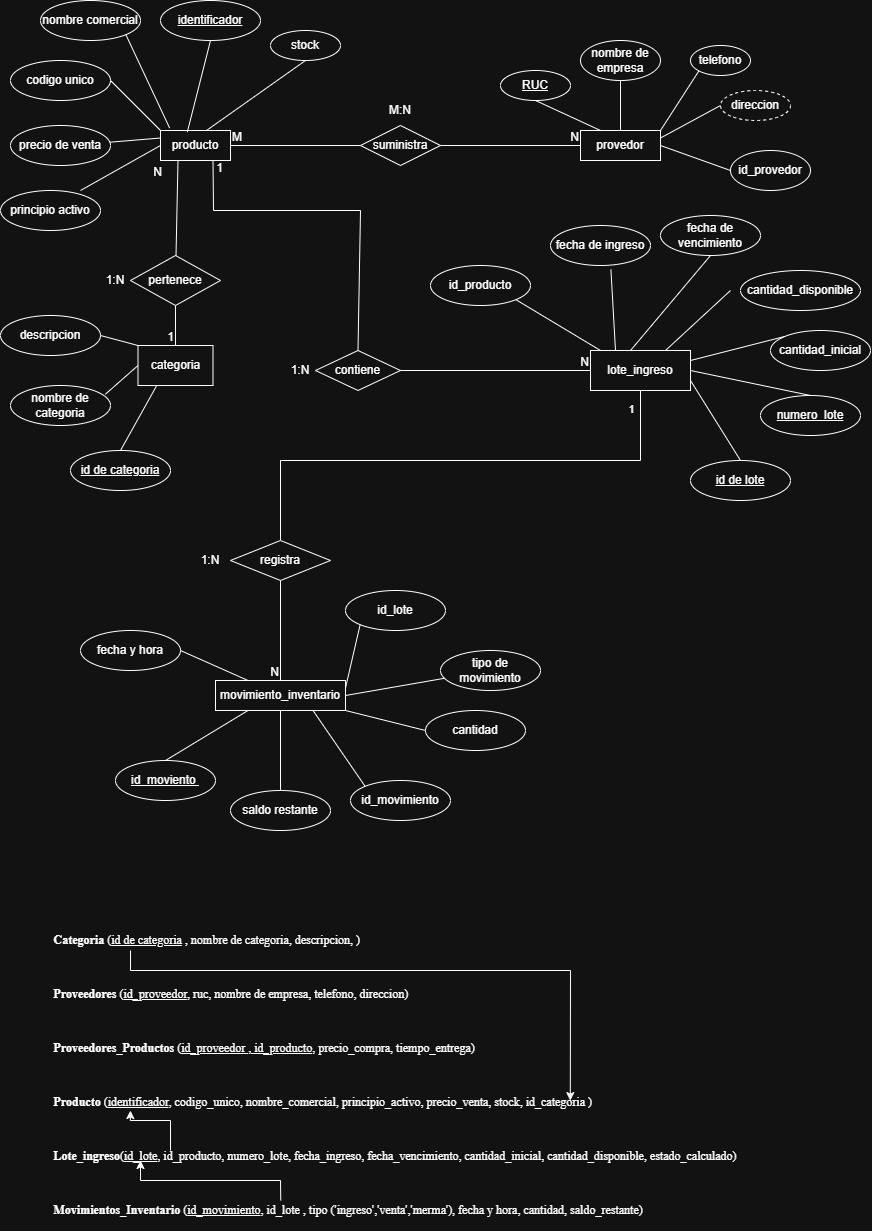
Above: Modelo-ER-ProyectoU1.png in Criss-21/Diagramas-Base-De-DAtos (draw.io), before the change. Source tidied: cells renumbered, new cells last; positions are measured from the earlier drawing's top-left corner, leaving out a move shared by most shapes.
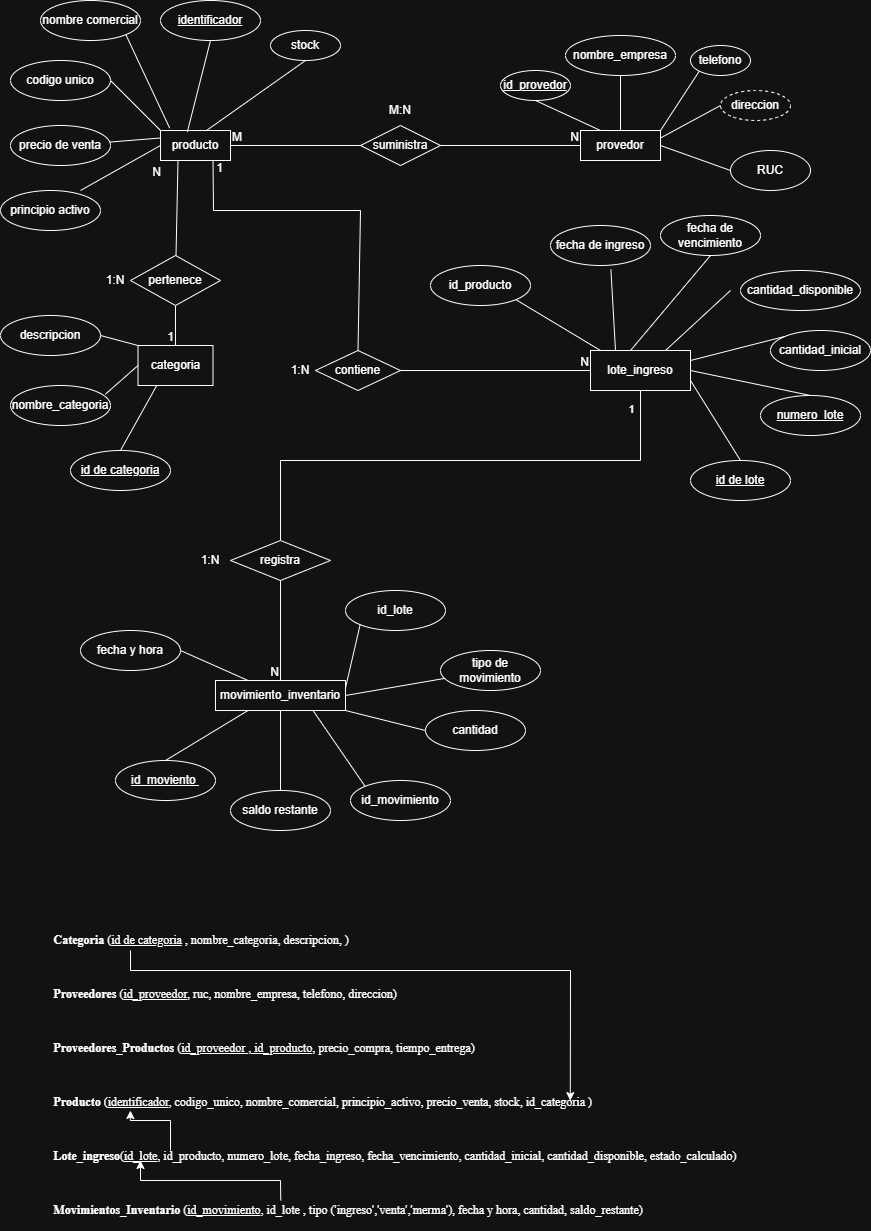
After the change.

What changed in the source:
```diff
@@ -44,11 +44,11 @@
     <mxCell id="15" value="provedor" style="whiteSpace=wrap;html=1;align=center;" parent="1" vertex="1">
       <mxGeometry x="580" y="130" width="80" height="30" as="geometry" />
     </mxCell>
-    <mxCell id="16" value="RUC" style="ellipse;whiteSpace=wrap;html=1;align=center;fontStyle=4;" parent="1" vertex="1">
+    <mxCell id="16" value="id_provedor" style="ellipse;whiteSpace=wrap;html=1;align=center;fontStyle=4;" parent="1" vertex="1">
       <mxGeometry x="500" y="70" width="70" height="30" as="geometry" />
     </mxCell>
-    <mxCell id="17" value="nombre de empresa" style="ellipse;whiteSpace=wrap;html=1;align=center;" parent="1" vertex="1">
-      <mxGeometry x="580" y="40" width="80" height="40" as="geometry" />
+    <mxCell id="17" value="nombre_empresa" style="ellipse;whiteSpace=wrap;html=1;align=center;" parent="1" vertex="1">
+      <mxGeometry x="565" y="35" width="110" height="40" as="geometry" />
     </mxCell>
     <mxCell id="18" value="telefono" style="ellipse;whiteSpace=wrap;html=1;align=center;" parent="1" vertex="1">
       <mxGeometry x="690" y="45" width="60" height="30" as="geometry" />
@@ -86,7 +86,7 @@
     <mxCell id="29" value="categoria" style="whiteSpace=wrap;html=1;align=center;" parent="1" vertex="1">
       <mxGeometry x="137.5" y="345" width="75" height="40" as="geometry" />
     </mxCell>
-    <mxCell id="30" value="nombre de categoria" style="ellipse;whiteSpace=wrap;html=1;align=center;" parent="1" vertex="1">
+    <mxCell id="30" value="nombre_categoria" style="ellipse;whiteSpace=wrap;html=1;align=center;" parent="1" vertex="1">
       <mxGeometry x="10" y="385" width="100" height="40" as="geometry" />
     </mxCell>
     <mxCell id="31" style="endArrow=none;html=1;rounded=0;entryX=0.948;entryY=0.22;entryDx=0;entryDy=0;exitX=0;exitY=0.5;exitDx=0;exitDy=0;entryPerimeter=0;" parent="1" edge="1" source="29" target="30">
@@ -261,7 +261,7 @@
     <mxCell id="80" style="endArrow=none;html=1;rounded=0;entryX=0;entryY=0;entryDx=0;entryDy=0;exitX=1;exitY=0.5;exitDx=0;exitDy=0;" parent="1" edge="1" source="79" target="29">
       <mxGeometry relative="1" as="geometry" />
     </mxCell>
-    <mxCell id="81" value="id_provedor" style="ellipse;whiteSpace=wrap;html=1;align=center;" parent="1" vertex="1">
+    <mxCell id="81" value="RUC" style="ellipse;whiteSpace=wrap;html=1;align=center;" parent="1" vertex="1">
       <mxGeometry x="730" y="150" width="80" height="40" as="geometry" />
     </mxCell>
     <mxCell id="82" style="endArrow=none;html=1;rounded=0;entryX=1;entryY=0.5;entryDx=0;entryDy=0;exitX=0;exitY=0.5;exitDx=0;exitDy=0;" parent="1" edge="1" source="81" target="15">
@@ -282,7 +282,7 @@
     <mxCell id="87" style="endArrow=none;html=1;rounded=0;entryX=0.75;entryY=1;entryDx=0;entryDy=0;exitX=0;exitY=0;exitDx=0;exitDy=0;" parent="1" edge="1" source="86" target="46">
       <mxGeometry relative="1" as="geometry" />
     </mxCell>
-    <mxCell id="88" value="&lt;p class=&quot;MsoNormal&quot; style=&quot;text-align:justify;line-height:normal&quot;&gt;&lt;b&gt;&lt;span style=&quot;font-family:&amp;quot;Times New Roman&amp;quot;,serif&quot;&gt;Categoria&lt;/span&gt;&lt;/b&gt;&lt;span style=&quot;font-family:&amp;quot;Times New Roman&amp;quot;,serif&quot;&gt;&amp;nbsp;(&lt;u&gt;id de categoria&lt;/u&gt; , nombre de categoria, descripcion, )&lt;/span&gt;&lt;/p&gt;&lt;p class=&quot;MsoNormal&quot; style=&quot;text-align:justify;line-height:normal&quot;&gt;&lt;span style=&quot;font-family:&amp;quot;Times New Roman&amp;quot;,serif&quot;&gt;&lt;br&gt;&lt;/span&gt;&lt;/p&gt;&lt;p class=&quot;MsoNormal&quot; style=&quot;text-align:justify;line-height:normal&quot;&gt;&lt;b&gt;&lt;span style=&quot;font-family:&amp;quot;Times New Roman&amp;quot;,serif&quot;&gt;Proveedores&lt;/span&gt;&lt;/b&gt;&lt;span style=&quot;font-family:&amp;quot;Times New Roman&amp;quot;,serif&quot;&gt; (&lt;u&gt;id_proveedor&lt;/u&gt;, ruc, nombre de empresa, telefono, direccion)&lt;/span&gt;&lt;/p&gt;&lt;p class=&quot;MsoNormal&quot; style=&quot;text-align:justify;line-height:normal&quot;&gt;&lt;span style=&quot;font-family:&amp;quot;Times New Roman&amp;quot;,serif&quot;&gt;&lt;br&gt;&lt;/span&gt;&lt;/p&gt;&lt;p class=&quot;MsoNormal&quot; style=&quot;text-align:justify;line-height:normal&quot;&gt;&lt;b&gt;&lt;span style=&quot;font-family:&amp;quot;Times New Roman&amp;quot;,serif&quot;&gt;Proveedores_Productos&lt;/span&gt;&lt;/b&gt;&lt;span style=&quot;font-family:&amp;quot;Times New Roman&amp;quot;,serif&quot;&gt; (&lt;u&gt;id_proveedor , id_producto&lt;/u&gt;, precio_compra, tiempo_entrega)&lt;/span&gt;&lt;/p&gt;&lt;p class=&quot;MsoNormal&quot; style=&quot;text-align:justify;line-height:normal&quot;&gt;&lt;span style=&quot;font-family:&amp;quot;Times New Roman&amp;quot;,serif&quot;&gt;&lt;br&gt;&lt;/span&gt;&lt;/p&gt;&lt;p class=&quot;MsoNormal&quot; style=&quot;text-align:justify;line-height:normal&quot;&gt;&lt;b&gt;&lt;span style=&quot;font-family:&amp;quot;Times New Roman&amp;quot;,serif&quot;&gt;Producto&lt;/span&gt;&lt;/b&gt;&lt;span style=&quot;font-family:&amp;quot;Times New Roman&amp;quot;,serif&quot;&gt;&amp;nbsp;(&lt;u&gt;identificador&lt;/u&gt;, codigo_unico, nombre_comercial, principio_activo, precio_venta, stock, id_categoria )&lt;/span&gt;&lt;/p&gt;&lt;p class=&quot;MsoNormal&quot; style=&quot;text-align:justify;line-height:normal&quot;&gt;&lt;span style=&quot;font-family:&amp;quot;Times New Roman&amp;quot;,serif&quot;&gt;&lt;br&gt;&lt;/span&gt;&lt;/p&gt;&lt;p class=&quot;MsoNormal&quot; style=&quot;text-align:justify;line-height:normal&quot;&gt;&lt;b&gt;&lt;span style=&quot;font-family:&amp;quot;Times New Roman&amp;quot;,serif&quot;&gt;Lote_ingreso&lt;/span&gt;&lt;/b&gt;&lt;span style=&quot;font-family:&amp;quot;Times New Roman&amp;quot;,serif&quot;&gt;(&lt;u&gt;id_lote&lt;/u&gt;, id_producto, numero_lote, fecha_ingreso, fecha_vencimiento, cantidad_inicial, cantidad_disponible, estado_calculado)&lt;/span&gt;&lt;/p&gt;&lt;p class=&quot;MsoNormal&quot; style=&quot;text-align:justify;line-height:normal&quot;&gt;&lt;span style=&quot;font-family:&amp;quot;Times New Roman&amp;quot;,serif&quot;&gt;&lt;br&gt;&lt;/span&gt;&lt;/p&gt;&lt;p class=&quot;MsoNormal&quot; style=&quot;text-align:justify;line-height:normal&quot;&gt;&lt;b&gt;&lt;span style=&quot;font-family:&amp;quot;Times New Roman&amp;quot;,serif&quot;&gt;Movimientos_Inventario&lt;/span&gt;&lt;/b&gt;&lt;span style=&quot;font-family:&amp;quot;Times New Roman&amp;quot;,serif&quot;&gt; (&lt;u&gt;id_movimiento&lt;/u&gt;, id_lote , tipo ('ingreso','venta','merma'), fecha y hora, cantidad, saldo_restante)&lt;/span&gt;&lt;/p&gt;" style="text;html=1;whiteSpace=wrap;strokeColor=none;fillColor=none;align=center;verticalAlign=middle;rounded=0;" parent="1" vertex="1">
+    <mxCell id="88" value="&lt;p class=&quot;MsoNormal&quot; style=&quot;text-align:justify;line-height:normal&quot;&gt;&lt;b&gt;&lt;span style=&quot;font-family:&amp;quot;Times New Roman&amp;quot;,serif&quot;&gt;Categoria&lt;/span&gt;&lt;/b&gt;&lt;span style=&quot;font-family:&amp;quot;Times New Roman&amp;quot;,serif&quot;&gt;&amp;nbsp;(&lt;u&gt;id de categoria&lt;/u&gt; , nombre_categoria, descripcion, )&lt;/span&gt;&lt;/p&gt;&lt;p class=&quot;MsoNormal&quot; style=&quot;text-align:justify;line-height:normal&quot;&gt;&lt;span style=&quot;font-family:&amp;quot;Times New Roman&amp;quot;,serif&quot;&gt;&lt;br&gt;&lt;/span&gt;&lt;/p&gt;&lt;p class=&quot;MsoNormal&quot; style=&quot;text-align:justify;line-height:normal&quot;&gt;&lt;b&gt;&lt;span style=&quot;font-family:&amp;quot;Times New Roman&amp;quot;,serif&quot;&gt;Proveedores&lt;/span&gt;&lt;/b&gt;&lt;span style=&quot;font-family:&amp;quot;Times New Roman&amp;quot;,serif&quot;&gt; (&lt;u&gt;id_proveedor&lt;/u&gt;, ruc, nombre_empresa, telefono, direccion)&lt;/span&gt;&lt;/p&gt;&lt;p class=&quot;MsoNormal&quot; style=&quot;text-align:justify;line-height:normal&quot;&gt;&lt;span style=&quot;font-family:&amp;quot;Times New Roman&amp;quot;,serif&quot;&gt;&lt;br&gt;&lt;/span&gt;&lt;/p&gt;&lt;p class=&quot;MsoNormal&quot; style=&quot;text-align:justify;line-height:normal&quot;&gt;&lt;b&gt;&lt;span style=&quot;font-family:&amp;quot;Times New Roman&amp;quot;,serif&quot;&gt;Proveedores_Productos&lt;/span&gt;&lt;/b&gt;&lt;span style=&quot;font-family:&amp;quot;Times New Roman&amp;quot;,serif&quot;&gt; (&lt;u&gt;id_proveedor , id_producto&lt;/u&gt;, precio_compra, tiempo_entrega)&lt;/span&gt;&lt;/p&gt;&lt;p class=&quot;MsoNormal&quot; style=&quot;text-align:justify;line-height:normal&quot;&gt;&lt;span style=&quot;font-family:&amp;quot;Times New Roman&amp;quot;,serif&quot;&gt;&lt;br&gt;&lt;/span&gt;&lt;/p&gt;&lt;p class=&quot;MsoNormal&quot; style=&quot;text-align:justify;line-height:normal&quot;&gt;&lt;b&gt;&lt;span style=&quot;font-family:&amp;quot;Times New Roman&amp;quot;,serif&quot;&gt;Producto&lt;/span&gt;&lt;/b&gt;&lt;span style=&quot;font-family:&amp;quot;Times New Roman&amp;quot;,serif&quot;&gt;&amp;nbsp;(&lt;u&gt;identificador&lt;/u&gt;, codigo_unico, nombre_comercial, principio_activo, precio_venta, stock, id_categoria )&lt;/span&gt;&lt;/p&gt;&lt;p class=&quot;MsoNormal&quot; style=&quot;text-align:justify;line-height:normal&quot;&gt;&lt;span style=&quot;font-family:&amp;quot;Times New Roman&amp;quot;,serif&quot;&gt;&lt;br&gt;&lt;/span&gt;&lt;/p&gt;&lt;p class=&quot;MsoNormal&quot; style=&quot;text-align:justify;line-height:normal&quot;&gt;&lt;b&gt;&lt;span style=&quot;font-family:&amp;quot;Times New Roman&amp;quot;,serif&quot;&gt;Lote_ingreso&lt;/span&gt;&lt;/b&gt;&lt;span style=&quot;font-family:&amp;quot;Times New Roman&amp;quot;,serif&quot;&gt;(&lt;u&gt;id_lote&lt;/u&gt;, id_producto, numero_lote, fecha_ingreso, fecha_vencimiento, cantidad_inicial, cantidad_disponible, estado_calculado)&lt;/span&gt;&lt;/p&gt;&lt;p class=&quot;MsoNormal&quot; style=&quot;text-align:justify;line-height:normal&quot;&gt;&lt;span style=&quot;font-family:&amp;quot;Times New Roman&amp;quot;,serif&quot;&gt;&lt;br&gt;&lt;/span&gt;&lt;/p&gt;&lt;p class=&quot;MsoNormal&quot; style=&quot;text-align:justify;line-height:normal&quot;&gt;&lt;b&gt;&lt;span style=&quot;font-family:&amp;quot;Times New Roman&amp;quot;,serif&quot;&gt;Movimientos_Inventario&lt;/span&gt;&lt;/b&gt;&lt;span style=&quot;font-family:&amp;quot;Times New Roman&amp;quot;,serif&quot;&gt; (&lt;u&gt;id_movimiento&lt;/u&gt;, id_lote , tipo ('ingreso','venta','merma'), fecha y hora, cantidad, saldo_restante)&lt;/span&gt;&lt;/p&gt;" style="text;html=1;whiteSpace=wrap;strokeColor=none;fillColor=none;align=center;verticalAlign=middle;rounded=0;" parent="1" vertex="1">
       <mxGeometry x="10" y="920" width="770" height="310" as="geometry" />
     </mxCell>
     <mxCell id="89" style="endArrow=classic;html=1;rounded=0;entryX=0.727;entryY=0.581;entryDx=0;entryDy=0;entryPerimeter=0;" parent="1" edge="1" target="88">
```
